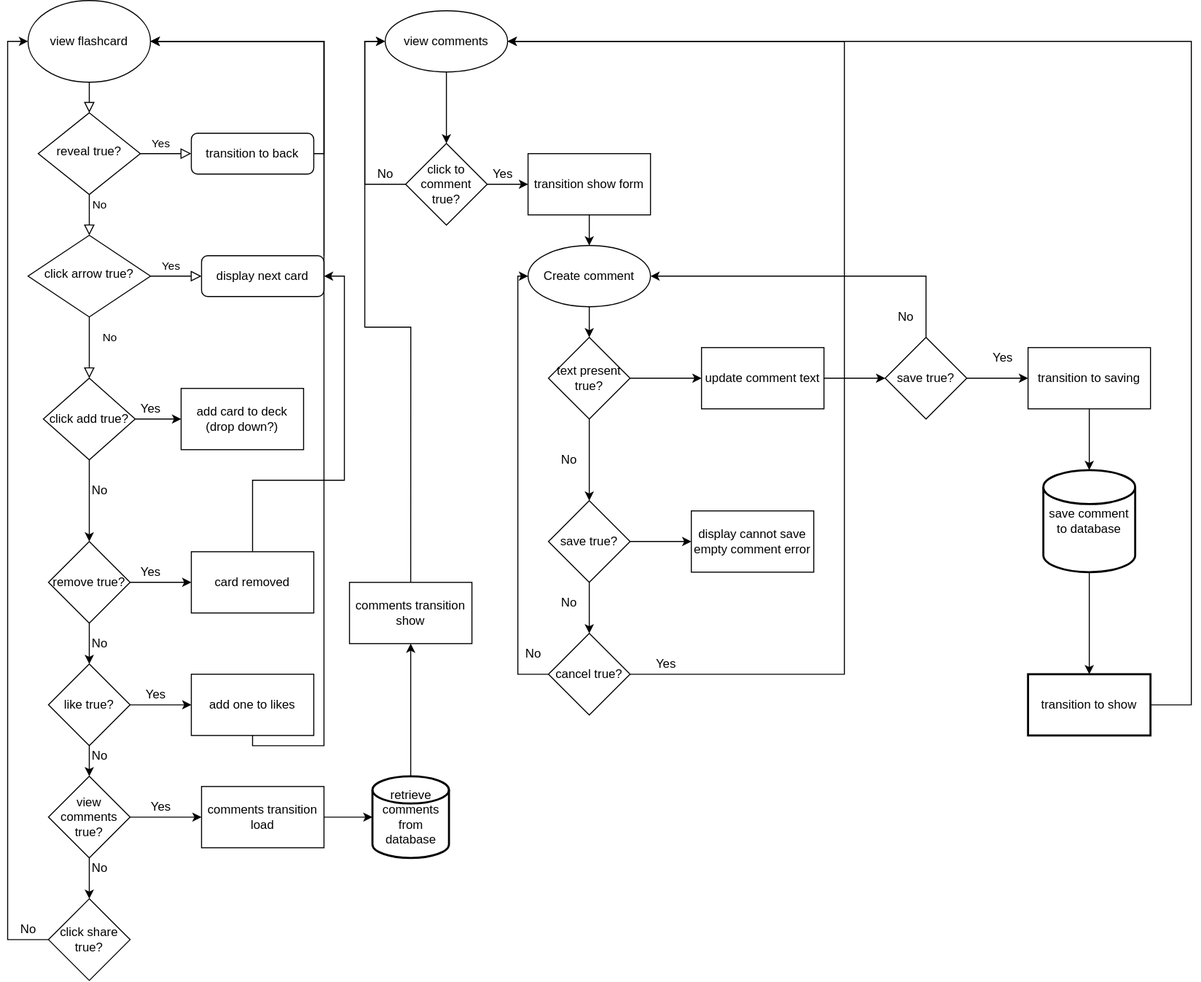
Diogenesoftoronto/flashnerds keeps this draw.io diagram as planning/flashcards.drawio.svg. Above is the earlier version. Source tidied: cells renumbered, new cells last; positions are measured from the earlier drawing's top-left corner, leaving out a move shared by most shapes.
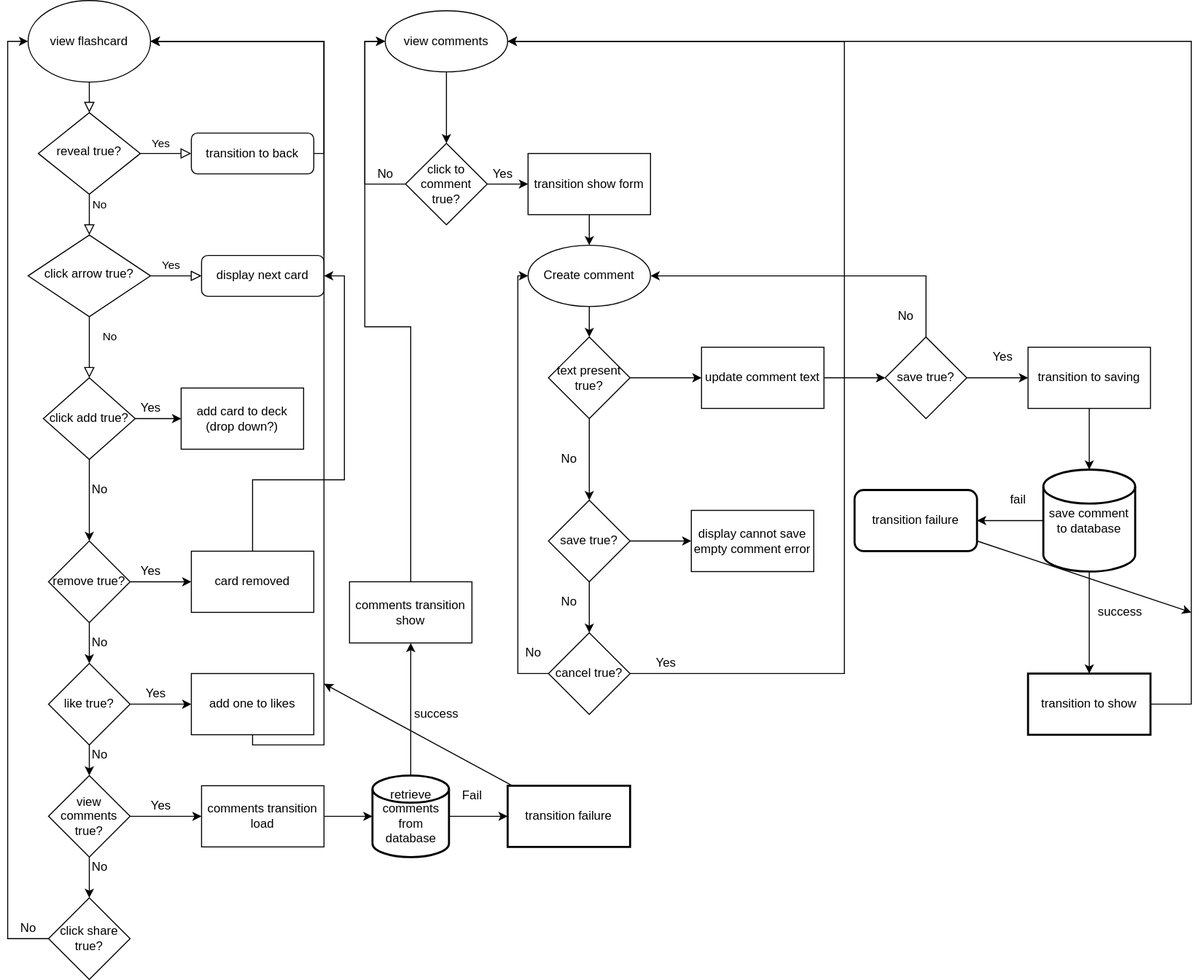
The same diagram one commit later.

Commit message:
add error handling to flow chart

Change to the diagram source:
```diff
@@ -207,6 +207,9 @@
     <mxCell id="56" style="edgeStyle=orthogonalEdgeStyle;rounded=0;jettySize=auto;html=1;entryX=0.5;entryY=1;entryDx=0;entryDy=0;" parent="1" edge="1" source="57" target="58">
       <mxGeometry relative="1" as="geometry" />
     </mxCell>
+    <mxCell id="86" style="edgeStyle=none;html=1;" parent="1" edge="1" source="57" target="91">
+      <mxGeometry relative="1" as="geometry" />
+    </mxCell>
     <mxCell id="57" value="retrieve comments from database" style="strokeWidth=2;html=1;shape=mxgraph.flowchart.database;whiteSpace=wrap;" parent="1" vertex="1">
       <mxGeometry x="357.5" y="760" width="75" height="80" as="geometry" />
     </mxCell>
@@ -296,6 +299,9 @@
     <mxCell id="81" style="edgeStyle=orthogonalEdgeStyle;rounded=0;jettySize=auto;html=1;" parent="1" edge="1" source="82" target="84">
       <mxGeometry relative="1" as="geometry" />
     </mxCell>
+    <mxCell id="87" style="edgeStyle=none;html=1;" parent="1" edge="1" source="82" target="94">
+      <mxGeometry relative="1" as="geometry" />
+    </mxCell>
     <mxCell id="82" value="save comment to database" style="strokeWidth=2;html=1;shape=mxgraph.flowchart.database;whiteSpace=wrap;" parent="1" vertex="1">
       <mxGeometry x="1015" y="460" width="90" height="100" as="geometry" />
     </mxCell>
@@ -313,5 +319,33 @@
     <mxCell id="85" value="Yes" style="text;html=1;align=center;verticalAlign=middle;strokeColor=none;fillColor=none;" parent="1" vertex="1">
       <mxGeometry x="960" y="340" width="30" height="20" as="geometry" />
     </mxCell>
+    <mxCell id="88" value="success" style="text;html=1;align=center;verticalAlign=middle;strokeColor=none;fillColor=none;" parent="1" vertex="1">
+      <mxGeometry x="390" y="690" width="60" height="20" as="geometry" />
+    </mxCell>
+    <mxCell id="89" value="Fail" style="text;html=1;align=center;verticalAlign=middle;strokeColor=none;fillColor=none;" parent="1" vertex="1">
+      <mxGeometry x="440" y="770" width="30" height="20" as="geometry" />
+    </mxCell>
+    <mxCell id="90" style="edgeStyle=none;html=1;" parent="1" edge="1" source="91">
+      <mxGeometry relative="1" as="geometry">
+        <mxPoint x="310" y="670" as="targetPoint" />
+      </mxGeometry>
+    </mxCell>
+    <mxCell id="91" value="transition failure" style="whiteSpace=wrap;html=1;strokeWidth=2;" parent="1" vertex="1">
+      <mxGeometry x="490" y="770" width="120" height="60" as="geometry" />
+    </mxCell>
+    <mxCell id="92" value="success" style="text;html=1;align=center;verticalAlign=middle;strokeColor=none;fillColor=none;" parent="1" vertex="1">
+      <mxGeometry x="1060" y="590" width="60" height="20" as="geometry" />
+    </mxCell>
+    <mxCell id="93" style="edgeStyle=none;html=1;" parent="1" edge="1" source="94">
+      <mxGeometry relative="1" as="geometry">
+        <mxPoint x="1160" y="600" as="targetPoint" />
+      </mxGeometry>
+    </mxCell>
+    <mxCell id="94" value="transition failure" style="rounded=1;whiteSpace=wrap;html=1;strokeWidth=2;" parent="1" vertex="1">
+      <mxGeometry x="830" y="480" width="120" height="60" as="geometry" />
+    </mxCell>
+    <mxCell id="95" value="fail" style="text;html=1;align=center;verticalAlign=middle;strokeColor=none;fillColor=none;" parent="1" vertex="1">
+      <mxGeometry x="975" y="480" width="30" height="20" as="geometry" />
+    </mxCell>
   </root>
 </mxGraphModel>
```
